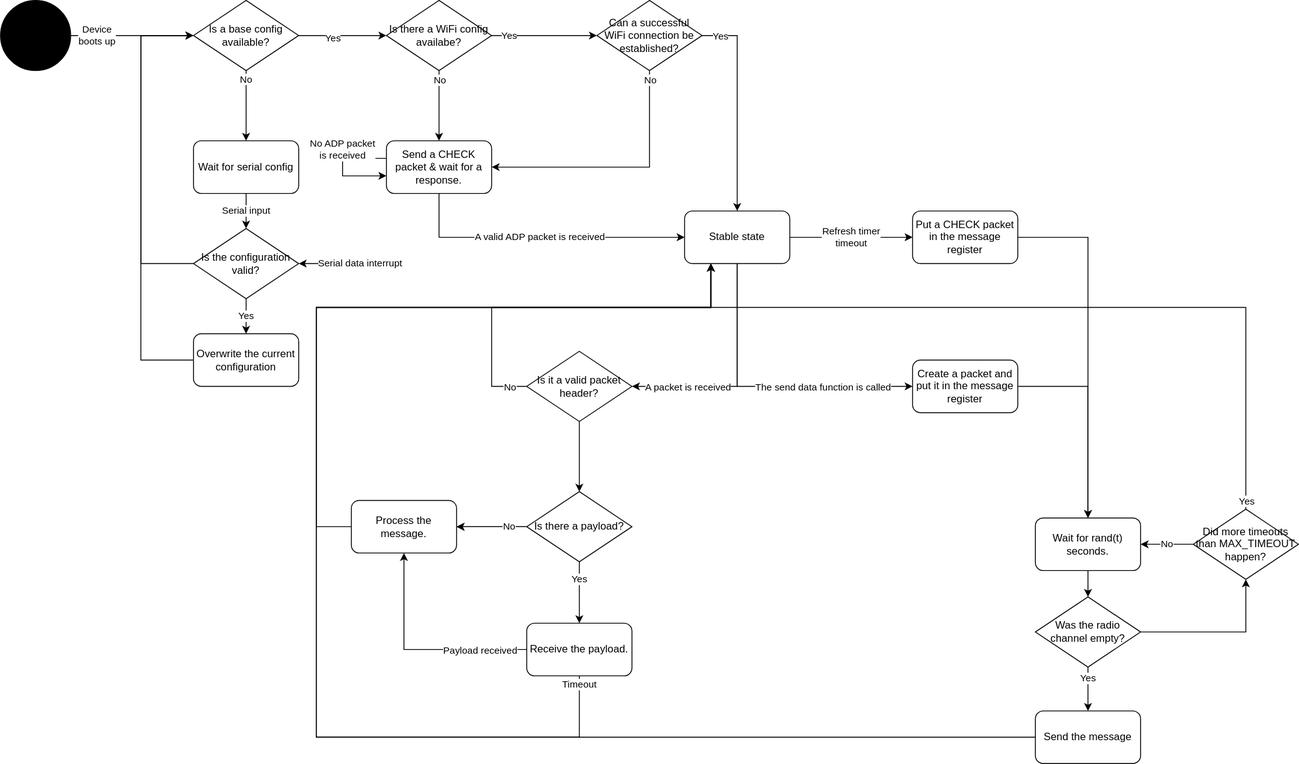
Before: documentation/Device diagram.svg, a diagram exported from draw.io (pizadi/self-propagating-network). Source tidied: cells renumbered, new cells last; positions are measured from the earlier drawing's top-left corner, leaving out a move shared by most shapes.
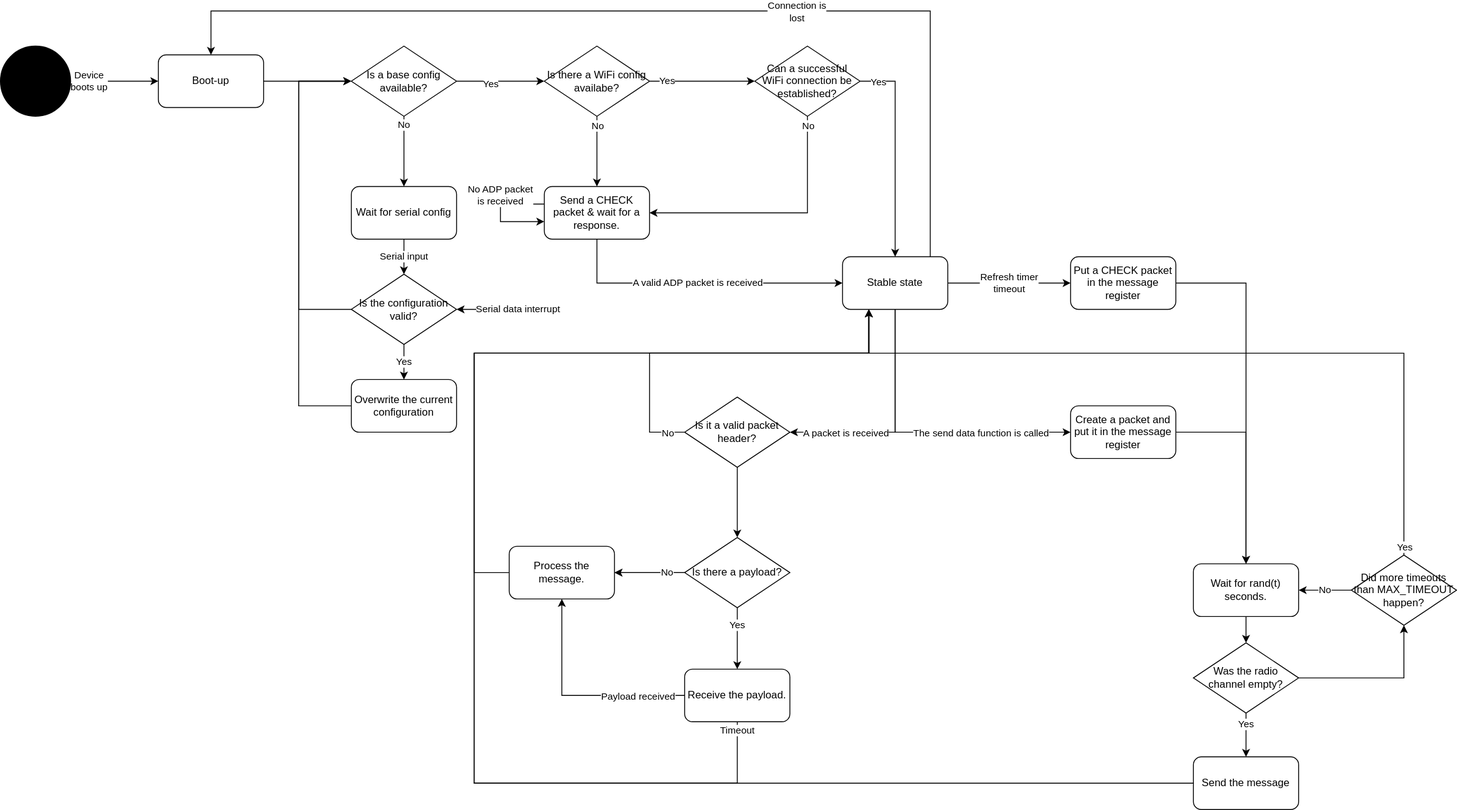
After the commit.

The edit, as a diff of the source:
```diff
@@ -2,11 +2,11 @@
   <root>
     <mxCell id="0" />
     <mxCell id="1" parent="0" />
-    <mxCell id="2" value="&lt;div&gt;Device&lt;/div&gt;&lt;div&gt;boots up&lt;/div&gt;" style="edgeStyle=orthogonalEdgeStyle;rounded=0;jettySize=auto;html=1;" parent="1" edge="1" source="3" target="24">
+    <mxCell id="2" value="&lt;div&gt;Device&lt;/div&gt;&lt;div&gt;boots up&lt;/div&gt;" style="edgeStyle=orthogonalEdgeStyle;rounded=0;jettySize=auto;html=1;entryX=0;entryY=0.5;entryDx=0;entryDy=0;" parent="1" edge="1" source="3" target="66">
       <mxGeometry x="-0.57" relative="1" as="geometry" />
     </mxCell>
     <mxCell id="3" style="ellipse;whiteSpace=wrap;html=1;fillColor=#000000;" parent="1" vertex="1">
-      <mxGeometry width="80" height="80" as="geometry" />
+      <mxGeometry x="-180" width="80" height="80" as="geometry" />
     </mxCell>
     <mxCell id="4" style="edgeStyle=orthogonalEdgeStyle;rounded=0;jettySize=auto;html=1;" parent="1" edge="1" source="7" target="9">
       <mxGeometry relative="1" as="geometry" />
@@ -86,6 +86,17 @@
         <mxPoint x="-10" y="-3" as="offset" />
       </mxGeometry>
     </mxCell>
+    <mxCell id="63" style="edgeStyle=orthogonalEdgeStyle;rounded=0;jettySize=auto;html=1;entryX=0.5;entryY=0;entryDx=0;entryDy=0;" parent="1" edge="1" source="20" target="66">
+      <mxGeometry relative="1" as="geometry">
+        <Array as="points">
+          <mxPoint x="880" y="-40" />
+          <mxPoint x="60" y="-40" />
+        </Array>
+      </mxGeometry>
+    </mxCell>
+    <mxCell id="64" value="&lt;div&gt;Connection is&lt;/div&gt;&lt;div&gt;lost&lt;br&gt;&lt;/div&gt;" style="edgeLabel;html=1;align=center;verticalAlign=middle;" parent="63" vertex="1">
+      <mxGeometry x="-0.25" relative="1" as="geometry" />
+    </mxCell>
     <mxCell id="20" value="Stable state" style="rounded=1;whiteSpace=wrap;html=1;" parent="1" vertex="1">
       <mxGeometry x="780" y="240" width="120" height="60" as="geometry" />
     </mxCell>
@@ -276,5 +287,11 @@
         <mxPoint x="430" y="300" as="sourcePoint" />
       </mxGeometry>
     </mxCell>
+    <mxCell id="65" style="edgeStyle=orthogonalEdgeStyle;rounded=0;jettySize=auto;html=1;entryX=0;entryY=0.5;entryDx=0;entryDy=0;" parent="1" edge="1" source="66" target="24">
+      <mxGeometry relative="1" as="geometry" />
+    </mxCell>
+    <mxCell id="66" value="Boot-up" style="rounded=1;whiteSpace=wrap;html=1;" parent="1" vertex="1">
+      <mxGeometry y="10" width="120" height="60" as="geometry" />
+    </mxCell>
   </root>
 </mxGraphModel>
```
